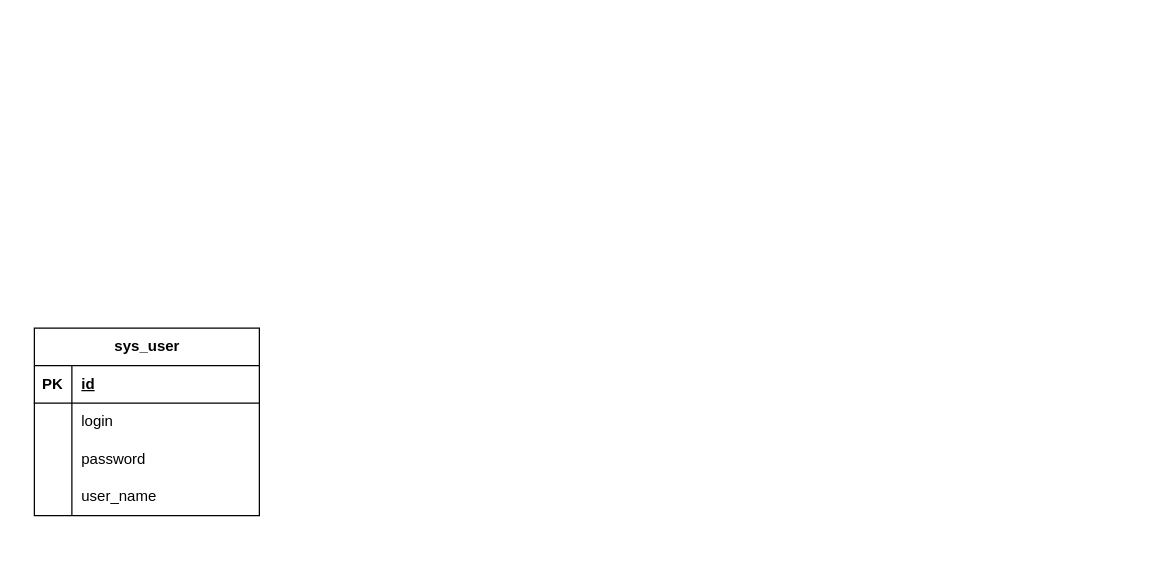
Before: Email数据库关系图.drawio in zwd-dy/Counterclockwise-Mail, a draw.io diagram. Source tidied: cells renumbered, new cells numbered last; positions are measured from the earlier drawing's top-left corner, leaving out a move shared by most shapes. Both pictures are drawn from the tidied source at 125%, with x=0, y=0 at pixel (34, 328).
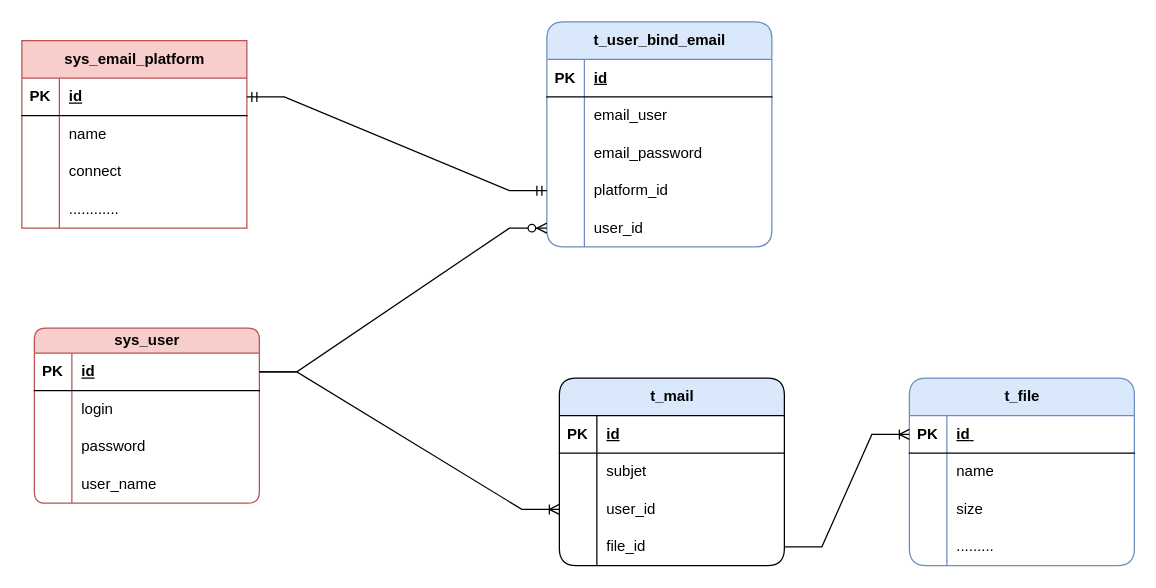
The same diagram, later.

Commit message (it also covers changes not shown here):
更新Email数据库关系图.drawio

What changed in the source:
```diff
@@
-    <mxCell id="2" value="sys_user" style="shape=table;startSize=30;childLayout=tableLayout;rowLines=0;fontStyle=1;align=center;html=1;" parent="1" vertex="1">
-      <mxGeometry width="180" height="150" as="geometry" />
+    <mxCell id="2" value="sys_user" style="shape=table;startSize=20;childLayout=tableLayout;rowLines=0;fontStyle=1;align=center;html=1;fillColor=#f8cecc;strokeColor=#b85450;rounded=1;" parent="1" vertex="1">
+      <mxGeometry width="180" height="140" as="geometry" />
     </mxCell>
     <mxCell id="3" style="shape=tableRow;horizontal=0;startSize=0;swimlaneHead=0;swimlaneBody=0;fillColor=none;points=[[0,0.5],[1,0.5]];portConstraint=eastwest;top=0;left=0;right=0;bottom=1;" parent="2" vertex="1">
-      <mxGeometry y="30" width="180" height="30" as="geometry" />
+      <mxGeometry y="20" width="180" height="30" as="geometry" />
     </mxCell>
@@
     <mxCell id="6" style="shape=tableRow;horizontal=0;startSize=0;swimlaneHead=0;swimlaneBody=0;fillColor=none;top=0;left=0;right=0;bottom=0;" parent="2" vertex="1">
-      <mxGeometry y="60" width="180" height="30" as="geometry" />
+      <mxGeometry y="50" width="180" height="30" as="geometry" />
     </mxCell>
@@
     <mxCell id="9" style="shape=tableRow;horizontal=0;startSize=0;swimlaneHead=0;swimlaneBody=0;fillColor=none;top=0;left=0;right=0;bottom=0;" parent="2" vertex="1">
-      <mxGeometry y="90" width="180" height="30" as="geometry" />
+      <mxGeometry y="80" width="180" height="30" as="geometry" />
     </mxCell>
@@
     <mxCell id="12" style="shape=tableRow;horizontal=0;startSize=0;swimlaneHead=0;swimlaneBody=0;fillColor=none;top=0;left=0;right=0;bottom=0;" parent="2" vertex="1">
-      <mxGeometry y="120" width="180" height="30" as="geometry" />
+      <mxGeometry y="110" width="180" height="30" as="geometry" />
     </mxCell>
@@
+    <mxCell id="15" value="t_mail" style="shape=table;startSize=30;childLayout=tableLayout;rowLines=0;fontStyle=1;align=center;html=1;fillColor=#dae8fc;strokeColor=default;rounded=1;gradientColor=none;swimlaneFillColor=none;" parent="1" vertex="1">
+      <mxGeometry x="420" y="40" width="180" height="150" as="geometry" />
+    </mxCell>
+    <mxCell id="16" style="shape=tableRow;horizontal=0;startSize=0;swimlaneHead=0;swimlaneBody=0;fillColor=none;top=0;left=0;right=0;bottom=1;" parent="15" vertex="1">
+      <mxGeometry y="30" width="180" height="30" as="geometry" />
+    </mxCell>
+    <mxCell id="17" value="PK" style="shape=partialRectangle;fillColor=none;top=0;left=0;bottom=0;right=0;fontStyle=1;overflow=hidden;whiteSpace=wrap;html=1;" parent="16" vertex="1">
+      <mxGeometry width="30" height="30" as="geometry" />
+    </mxCell>
+    <mxCell id="18" value="id" style="shape=partialRectangle;fillColor=none;top=0;left=0;bottom=0;right=0;align=left;spacingLeft=6;fontStyle=5;overflow=hidden;whiteSpace=wrap;html=1;" parent="16" vertex="1">
+      <mxGeometry x="30" width="150" height="30" as="geometry" />
+    </mxCell>
+    <mxCell id="19" style="shape=tableRow;horizontal=0;startSize=0;swimlaneHead=0;swimlaneBody=0;fillColor=none;top=0;left=0;right=0;bottom=0;" parent="15" vertex="1">
+      <mxGeometry y="60" width="180" height="30" as="geometry" />
+    </mxCell>
+    <mxCell id="20" style="shape=partialRectangle;fillColor=none;top=0;left=0;bottom=0;right=0;overflow=hidden;whiteSpace=wrap;html=1;" parent="19" vertex="1">
+      <mxGeometry width="30" height="30" as="geometry" />
+    </mxCell>
+    <mxCell id="21" value="subjet" style="shape=partialRectangle;fillColor=none;top=0;left=0;bottom=0;right=0;align=left;spacingLeft=6;overflow=hidden;whiteSpace=wrap;html=1;" parent="19" vertex="1">
+      <mxGeometry x="30" width="150" height="30" as="geometry" />
+    </mxCell>
+    <mxCell id="22" style="shape=tableRow;horizontal=0;startSize=0;swimlaneHead=0;swimlaneBody=0;fillColor=none;points=[[0,0.5],[1,0.5]];portConstraint=eastwest;top=0;left=0;right=0;bottom=0;" parent="15" vertex="1">
+      <mxGeometry y="90" width="180" height="30" as="geometry" />
+    </mxCell>
+    <mxCell id="23" style="shape=partialRectangle;fillColor=none;top=0;left=0;bottom=0;right=0;overflow=hidden;whiteSpace=wrap;html=1;" parent="22" vertex="1">
+      <mxGeometry width="30" height="30" as="geometry" />
+    </mxCell>
+    <mxCell id="24" value="user_id" style="shape=partialRectangle;fillColor=none;top=0;left=0;bottom=0;right=0;align=left;spacingLeft=6;overflow=hidden;whiteSpace=wrap;html=1;" parent="22" vertex="1">
+      <mxGeometry x="30" width="150" height="30" as="geometry" />
+    </mxCell>
+    <mxCell id="25" style="shape=tableRow;horizontal=0;startSize=0;swimlaneHead=0;swimlaneBody=0;fillColor=none;points=[[0,0.5],[1,0.5]];portConstraint=eastwest;top=0;left=0;right=0;bottom=0;" parent="15" vertex="1">
+      <mxGeometry y="120" width="180" height="30" as="geometry" />
+    </mxCell>
+    <mxCell id="26" style="shape=partialRectangle;fillColor=none;top=0;left=0;bottom=0;right=0;overflow=hidden;whiteSpace=wrap;html=1;" parent="25" vertex="1">
+      <mxGeometry width="30" height="30" as="geometry" />
+    </mxCell>
+    <mxCell id="27" value="file_id" style="shape=partialRectangle;fillColor=none;top=0;left=0;bottom=0;right=0;align=left;spacingLeft=6;overflow=hidden;whiteSpace=wrap;html=1;" parent="25" vertex="1">
+      <mxGeometry x="30" width="150" height="30" as="geometry" />
+    </mxCell>
+    <mxCell id="28" style="edgeStyle=entityRelationEdgeStyle;fontSize=12;html=1;endArrow=ERoneToMany;rounded=0;exitX=1;exitY=0.5;exitDx=0;exitDy=0;" parent="1" edge="1" source="3" target="22">
+      <mxGeometry relative="1" as="geometry" />
+    </mxCell>
+    <mxCell id="29" value="t_file" style="shape=table;startSize=30;childLayout=tableLayout;rowLines=0;fontStyle=1;align=center;html=1;fillColor=#dae8fc;strokeColor=#6c8ebf;rounded=1;shadow=0;" parent="1" vertex="1">
+      <mxGeometry x="700" y="40" width="180" height="150" as="geometry" />
+    </mxCell>
+    <mxCell id="30" style="shape=tableRow;horizontal=0;startSize=0;swimlaneHead=0;swimlaneBody=0;fillColor=none;points=[[0,0.5],[1,0.5]];portConstraint=eastwest;top=0;left=0;right=0;bottom=1;" parent="29" vertex="1">
+      <mxGeometry y="30" width="180" height="30" as="geometry" />
+    </mxCell>
+    <mxCell id="31" value="PK" style="shape=partialRectangle;fillColor=none;top=0;left=0;bottom=0;right=0;fontStyle=1;overflow=hidden;whiteSpace=wrap;html=1;" parent="30" vertex="1">
+      <mxGeometry width="30" height="30" as="geometry" />
+    </mxCell>
+    <mxCell id="32" value="id&lt;span style=&quot;white-space: pre;&quot;&gt; &lt;/span&gt;" style="shape=partialRectangle;fillColor=none;top=0;left=0;bottom=0;right=0;align=left;spacingLeft=6;fontStyle=5;overflow=hidden;whiteSpace=wrap;html=1;" parent="30" vertex="1">
+      <mxGeometry x="30" width="150" height="30" as="geometry" />
+    </mxCell>
+    <mxCell id="33" style="shape=tableRow;horizontal=0;startSize=0;swimlaneHead=0;swimlaneBody=0;fillColor=none;top=0;left=0;right=0;bottom=0;" parent="29" vertex="1">
+      <mxGeometry y="60" width="180" height="30" as="geometry" />
+    </mxCell>
+    <mxCell id="34" style="shape=partialRectangle;fillColor=none;top=0;left=0;bottom=0;right=0;overflow=hidden;whiteSpace=wrap;html=1;" parent="33" vertex="1">
+      <mxGeometry width="30" height="30" as="geometry" />
+    </mxCell>
+    <mxCell id="35" value="name" style="shape=partialRectangle;fillColor=none;top=0;left=0;bottom=0;right=0;align=left;spacingLeft=6;overflow=hidden;whiteSpace=wrap;html=1;" parent="33" vertex="1">
+      <mxGeometry x="30" width="150" height="30" as="geometry" />
+    </mxCell>
+    <mxCell id="36" style="shape=tableRow;horizontal=0;startSize=0;swimlaneHead=0;swimlaneBody=0;fillColor=none;top=0;left=0;right=0;bottom=0;" parent="29" vertex="1">
+      <mxGeometry y="90" width="180" height="30" as="geometry" />
+    </mxCell>
+    <mxCell id="37" style="shape=partialRectangle;fillColor=none;top=0;left=0;bottom=0;right=0;overflow=hidden;whiteSpace=wrap;html=1;" parent="36" vertex="1">
+      <mxGeometry width="30" height="30" as="geometry" />
+    </mxCell>
+    <mxCell id="38" value="size" style="shape=partialRectangle;fillColor=none;top=0;left=0;bottom=0;right=0;align=left;spacingLeft=6;overflow=hidden;whiteSpace=wrap;html=1;" parent="36" vertex="1">
+      <mxGeometry x="30" width="150" height="30" as="geometry" />
+    </mxCell>
+    <mxCell id="39" style="shape=tableRow;horizontal=0;startSize=0;swimlaneHead=0;swimlaneBody=0;fillColor=none;top=0;left=0;right=0;bottom=0;" parent="29" vertex="1">
+      <mxGeometry y="120" width="180" height="30" as="geometry" />
+    </mxCell>
+    <mxCell id="40" style="shape=partialRectangle;fillColor=none;top=0;left=0;bottom=0;right=0;overflow=hidden;whiteSpace=wrap;html=1;" parent="39" vertex="1">
+      <mxGeometry width="30" height="30" as="geometry" />
+    </mxCell>
+    <mxCell id="41" value="........." style="shape=partialRectangle;fillColor=none;top=0;left=0;bottom=0;right=0;align=left;spacingLeft=6;overflow=hidden;whiteSpace=wrap;html=1;" parent="39" vertex="1">
+      <mxGeometry x="30" width="150" height="30" as="geometry" />
+    </mxCell>
+    <mxCell id="42" style="edgeStyle=entityRelationEdgeStyle;fontSize=12;html=1;endArrow=ERoneToMany;rounded=0;exitX=1;exitY=0.5;exitDx=0;exitDy=0;" parent="1" edge="1" source="25" target="30">
+      <mxGeometry relative="1" as="geometry" />
+    </mxCell>
+    <mxCell id="43" value="t_user_bind_email" style="shape=table;startSize=30;childLayout=tableLayout;rowLines=0;fontStyle=1;align=center;html=1;rounded=1;fillColor=#dae8fc;strokeColor=#6c8ebf;" parent="1" vertex="1">
+      <mxGeometry x="410" y="-245" width="180" height="180" as="geometry" />
+    </mxCell>
+    <mxCell id="44" style="shape=tableRow;horizontal=0;startSize=0;swimlaneHead=0;swimlaneBody=0;fillColor=none;top=0;left=0;right=0;bottom=1;" parent="43" vertex="1">
+      <mxGeometry y="30" width="180" height="30" as="geometry" />
+    </mxCell>
+    <mxCell id="45" value="PK" style="shape=partialRectangle;fillColor=none;top=0;left=0;bottom=0;right=0;fontStyle=1;overflow=hidden;whiteSpace=wrap;html=1;" parent="44" vertex="1">
+      <mxGeometry width="30" height="30" as="geometry" />
+    </mxCell>
+    <mxCell id="46" value="id" style="shape=partialRectangle;fillColor=none;top=0;left=0;bottom=0;right=0;align=left;spacingLeft=6;fontStyle=5;overflow=hidden;whiteSpace=wrap;html=1;" parent="44" vertex="1">
+      <mxGeometry x="30" width="150" height="30" as="geometry" />
+    </mxCell>
+    <mxCell id="47" style="shape=tableRow;horizontal=0;startSize=0;swimlaneHead=0;swimlaneBody=0;fillColor=none;top=0;left=0;right=0;bottom=0;" parent="43" vertex="1">
+      <mxGeometry y="60" width="180" height="30" as="geometry" />
+    </mxCell>
+    <mxCell id="48" style="shape=partialRectangle;fillColor=none;top=0;left=0;bottom=0;right=0;overflow=hidden;whiteSpace=wrap;html=1;" parent="47" vertex="1">
+      <mxGeometry width="30" height="30" as="geometry" />
+    </mxCell>
+    <mxCell id="49" value="email_user" style="shape=partialRectangle;fillColor=none;top=0;left=0;bottom=0;right=0;align=left;spacingLeft=6;overflow=hidden;whiteSpace=wrap;html=1;" parent="47" vertex="1">
+      <mxGeometry x="30" width="150" height="30" as="geometry" />
+    </mxCell>
+    <mxCell id="50" style="shape=tableRow;horizontal=0;startSize=0;swimlaneHead=0;swimlaneBody=0;fillColor=none;top=0;left=0;right=0;bottom=0;" parent="43" vertex="1">
+      <mxGeometry y="90" width="180" height="30" as="geometry" />
+    </mxCell>
+    <mxCell id="51" style="shape=partialRectangle;fillColor=none;top=0;left=0;bottom=0;right=0;overflow=hidden;whiteSpace=wrap;html=1;" parent="50" vertex="1">
+      <mxGeometry width="30" height="30" as="geometry" />
+    </mxCell>
+    <mxCell id="52" value="email_password" style="shape=partialRectangle;fillColor=none;top=0;left=0;bottom=0;right=0;align=left;spacingLeft=6;overflow=hidden;whiteSpace=wrap;html=1;" parent="50" vertex="1">
+      <mxGeometry x="30" width="150" height="30" as="geometry" />
+    </mxCell>
+    <mxCell id="53" style="shape=tableRow;horizontal=0;startSize=0;swimlaneHead=0;swimlaneBody=0;fillColor=none;points=[[0,0.5],[1,0.5]];portConstraint=eastwest;top=0;left=0;right=0;bottom=0;" parent="43" vertex="1">
+      <mxGeometry y="120" width="180" height="30" as="geometry" />
+    </mxCell>
+    <mxCell id="54" style="shape=partialRectangle;fillColor=none;top=0;left=0;bottom=0;right=0;overflow=hidden;whiteSpace=wrap;html=1;" parent="53" vertex="1">
+      <mxGeometry width="30" height="30" as="geometry" />
+    </mxCell>
+    <mxCell id="55" value="platform_id" style="shape=partialRectangle;fillColor=none;top=0;left=0;bottom=0;right=0;align=left;spacingLeft=6;overflow=hidden;whiteSpace=wrap;html=1;" parent="53" vertex="1">
+      <mxGeometry x="30" width="150" height="30" as="geometry" />
+    </mxCell>
+    <mxCell id="56" style="shape=tableRow;horizontal=0;startSize=0;swimlaneHead=0;swimlaneBody=0;fillColor=none;points=[[0,0.5],[1,0.5]];portConstraint=eastwest;top=0;left=0;right=0;bottom=0;" parent="43" vertex="1">
+      <mxGeometry y="150" width="180" height="30" as="geometry" />
+    </mxCell>
+    <mxCell id="57" style="shape=partialRectangle;fillColor=none;top=0;left=0;bottom=0;right=0;overflow=hidden;whiteSpace=wrap;html=1;" parent="56" vertex="1">
+      <mxGeometry width="30" height="30" as="geometry" />
+    </mxCell>
+    <mxCell id="58" value="user_id" style="shape=partialRectangle;fillColor=none;top=0;left=0;bottom=0;right=0;align=left;spacingLeft=6;overflow=hidden;whiteSpace=wrap;html=1;" parent="56" vertex="1">
+      <mxGeometry x="30" width="150" height="30" as="geometry" />
+    </mxCell>
+    <mxCell id="59" style="edgeStyle=entityRelationEdgeStyle;fontSize=12;html=1;endArrow=ERzeroToMany;endFill=1;rounded=0;" parent="1" edge="1" source="3" target="56">
+      <mxGeometry relative="1" as="geometry" />
+    </mxCell>
+    <mxCell id="60" value="sys_email_platform" style="shape=table;startSize=30;childLayout=tableLayout;rowLines=0;fontStyle=1;align=center;html=1;fillColor=#f8cecc;strokeColor=#b85450;" parent="1" vertex="1">
+      <mxGeometry x="-10" y="-230" width="180" height="150" as="geometry" />
+    </mxCell>
+    <mxCell id="61" style="shape=tableRow;horizontal=0;startSize=0;swimlaneHead=0;swimlaneBody=0;fillColor=none;points=[[0,0.5],[1,0.5]];portConstraint=eastwest;top=0;left=0;right=0;bottom=1;" parent="60" vertex="1">
+      <mxGeometry y="30" width="180" height="30" as="geometry" />
+    </mxCell>
+    <mxCell id="62" value="PK" style="shape=partialRectangle;fillColor=none;top=0;left=0;bottom=0;right=0;fontStyle=1;overflow=hidden;whiteSpace=wrap;html=1;" parent="61" vertex="1">
+      <mxGeometry width="30" height="30" as="geometry" />
+    </mxCell>
+    <mxCell id="63" value="id" style="shape=partialRectangle;fillColor=none;top=0;left=0;bottom=0;right=0;align=left;spacingLeft=6;fontStyle=5;overflow=hidden;whiteSpace=wrap;html=1;" parent="61" vertex="1">
+      <mxGeometry x="30" width="150" height="30" as="geometry" />
+    </mxCell>
+    <mxCell id="64" style="shape=tableRow;horizontal=0;startSize=0;swimlaneHead=0;swimlaneBody=0;fillColor=none;top=0;left=0;right=0;bottom=0;" parent="60" vertex="1">
+      <mxGeometry y="60" width="180" height="30" as="geometry" />
+    </mxCell>
+    <mxCell id="65" style="shape=partialRectangle;fillColor=none;top=0;left=0;bottom=0;right=0;overflow=hidden;whiteSpace=wrap;html=1;" parent="64" vertex="1">
+      <mxGeometry width="30" height="30" as="geometry" />
+    </mxCell>
+    <mxCell id="66" value="name" style="shape=partialRectangle;fillColor=none;top=0;left=0;bottom=0;right=0;align=left;spacingLeft=6;overflow=hidden;whiteSpace=wrap;html=1;" parent="64" vertex="1">
+      <mxGeometry x="30" width="150" height="30" as="geometry" />
+    </mxCell>
+    <mxCell id="67" style="shape=tableRow;horizontal=0;startSize=0;swimlaneHead=0;swimlaneBody=0;fillColor=none;top=0;left=0;right=0;bottom=0;" parent="60" vertex="1">
+      <mxGeometry y="90" width="180" height="30" as="geometry" />
+    </mxCell>
+    <mxCell id="68" style="shape=partialRectangle;fillColor=none;top=0;left=0;bottom=0;right=0;overflow=hidden;whiteSpace=wrap;html=1;" parent="67" vertex="1">
+      <mxGeometry width="30" height="30" as="geometry" />
+    </mxCell>
+    <mxCell id="69" value="connect" style="shape=partialRectangle;fillColor=none;top=0;left=0;bottom=0;right=0;align=left;spacingLeft=6;overflow=hidden;whiteSpace=wrap;html=1;" parent="67" vertex="1">
+      <mxGeometry x="30" width="150" height="30" as="geometry" />
+    </mxCell>
+    <mxCell id="70" style="shape=tableRow;horizontal=0;startSize=0;swimlaneHead=0;swimlaneBody=0;fillColor=none;top=0;left=0;right=0;bottom=0;" parent="60" vertex="1">
+      <mxGeometry y="120" width="180" height="30" as="geometry" />
+    </mxCell>
+    <mxCell id="71" style="shape=partialRectangle;fillColor=none;top=0;left=0;bottom=0;right=0;overflow=hidden;whiteSpace=wrap;html=1;" parent="70" vertex="1">
+      <mxGeometry width="30" height="30" as="geometry" />
+    </mxCell>
+    <mxCell id="72" value="............" style="shape=partialRectangle;fillColor=none;top=0;left=0;bottom=0;right=0;align=left;spacingLeft=6;overflow=hidden;whiteSpace=wrap;html=1;" parent="70" vertex="1">
+      <mxGeometry x="30" width="150" height="30" as="geometry" />
+    </mxCell>
+    <mxCell id="73" style="edgeStyle=entityRelationEdgeStyle;fontSize=12;html=1;endArrow=ERmandOne;startArrow=ERmandOne;rounded=0;" parent="1" edge="1" source="61" target="53">
+      <mxGeometry relative="1" as="geometry" />
+    </mxCell>
```
